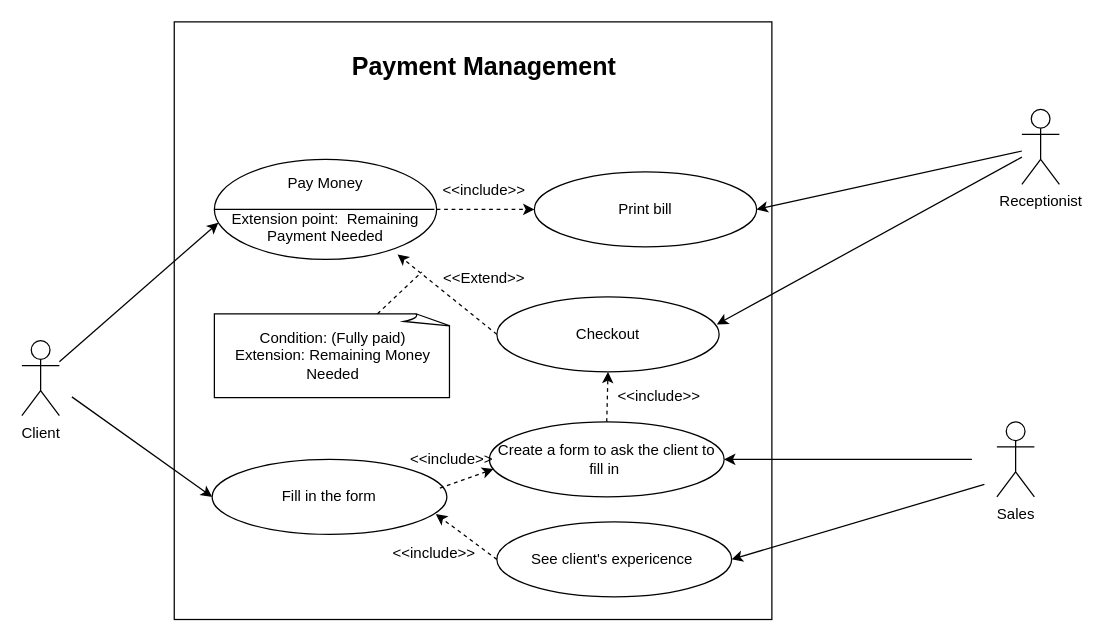
DuongHoang2111/se-mid-term keeps this draw.io diagram as Payment-Management.drawio. Above is the earlier version. Source tidied: cells renumbered, new cells numbered last; positions are measured from the earlier drawing's top-left corner, leaving out a move shared by most shapes. Both pictures are drawn from the tidied source at 125%, with x=0, y=0 at pixel (21, 21).
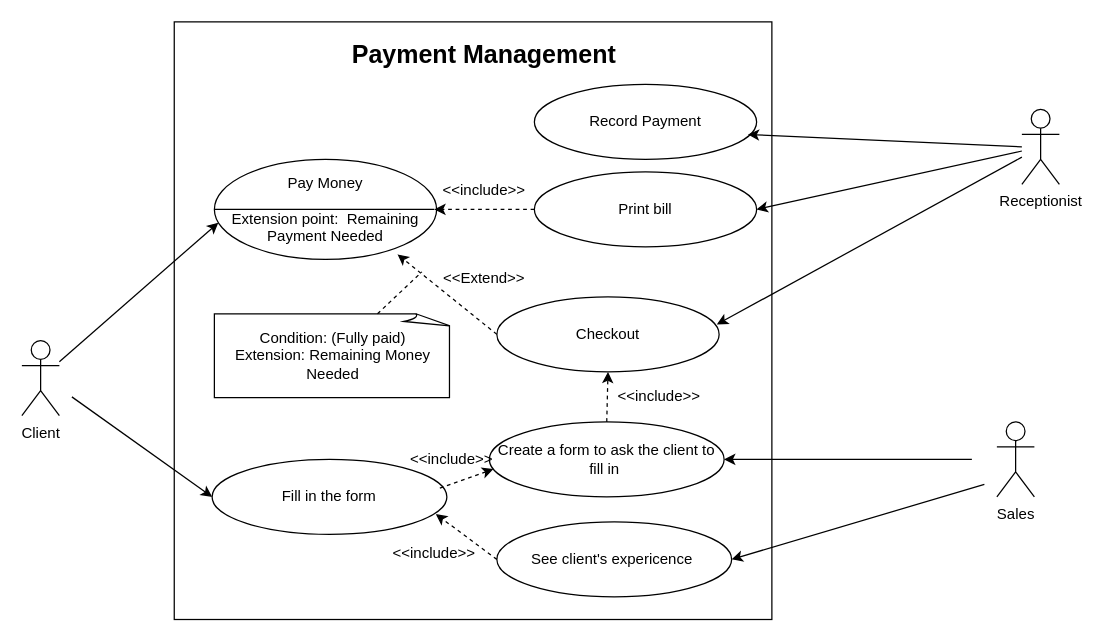
The same page after the edit.

Commit message (it also covers changes not shown here):
Cập nhật Payment-Management.drawio

Unchanged cells that the change refers to:
```xml
<mxCell id="3" value="Pay Money&lt;br&gt;&lt;br&gt;Extension point:&amp;nbsp; Remaining Payment Needed" style="ellipse;whiteSpace=wrap;html=1;" parent="1" vertex="1">
  <mxGeometry x="154" y="110" width="177.8" height="80" as="geometry" />
</mxCell>
<mxCell id="10" value="Print bill" style="ellipse;whiteSpace=wrap;html=1;" parent="1" vertex="1">
  <mxGeometry x="410" y="120" width="177.8" height="60" as="geometry" />
</mxCell>
```

Change to the diagram source:
```diff
@@
     <mxCell id="7" value="Payment Management" style="text;html=1;strokeColor=none;fillColor=none;align=center;verticalAlign=middle;whiteSpace=wrap;rounded=0;fontSize=20;fontStyle=1;" parent="1" vertex="1">
-      <mxGeometry x="195" y="20" width="350" height="30" as="geometry" />
+      <mxGeometry x="195" y="10" width="350" height="30" as="geometry" />
     </mxCell>
@@
-    <mxCell id="12" style="endArrow=classic;html=1;rounded=0;exitX=1;exitY=0.5;exitDx=0;exitDy=0;entryX=0;entryY=0.5;entryDx=0;entryDy=0;dashed=1;" parent="1" edge="1" source="3" target="10">
-      <mxGeometry relative="1" as="geometry" />
+    <mxCell id="12" style="endArrow=classic;html=1;rounded=0;exitX=0;exitY=0.5;exitDx=0;exitDy=0;dashed=1;" parent="1" edge="1" source="10">
+      <mxGeometry relative="1" as="geometry">
+        <mxPoint x="330" y="150" as="targetPoint" />
+      </mxGeometry>
     </mxCell>
@@
+    <mxCell id="32" value="Record Payment" style="ellipse;whiteSpace=wrap;html=1;" parent="1" vertex="1">
+      <mxGeometry x="410" y="50" width="177.8" height="60" as="geometry" />
+    </mxCell>
+    <mxCell id="33" style="endArrow=classic;html=1;rounded=0;entryX=0.961;entryY=0.667;entryDx=0;entryDy=0;entryPerimeter=0;" parent="1" edge="1" target="32">
+      <mxGeometry relative="1" as="geometry">
+        <mxPoint x="800" y="100" as="sourcePoint" />
+      </mxGeometry>
+    </mxCell>
```
